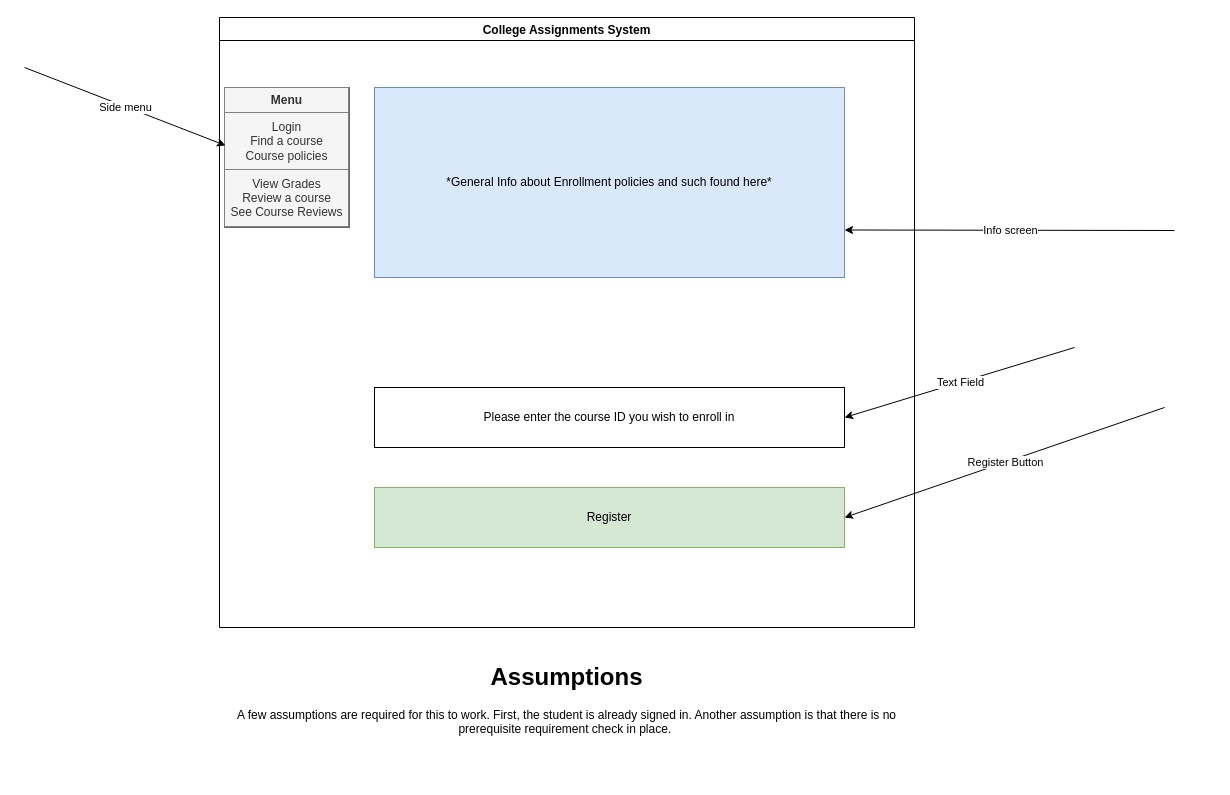
Earlier version of the draw.io diagram page "Wireframe" (6 of 6) of Unit2Question2.drawio (logankilpatrick/OxfordUnit2). Source tidied: cells renumbered, new cells numbered last; positions are measured from the earlier drawing's top-left corner, leaving out a move shared by most shapes. Both pictures are drawn from the tidied source at 100%, with x=0, y=0 at pixel (24, 17).
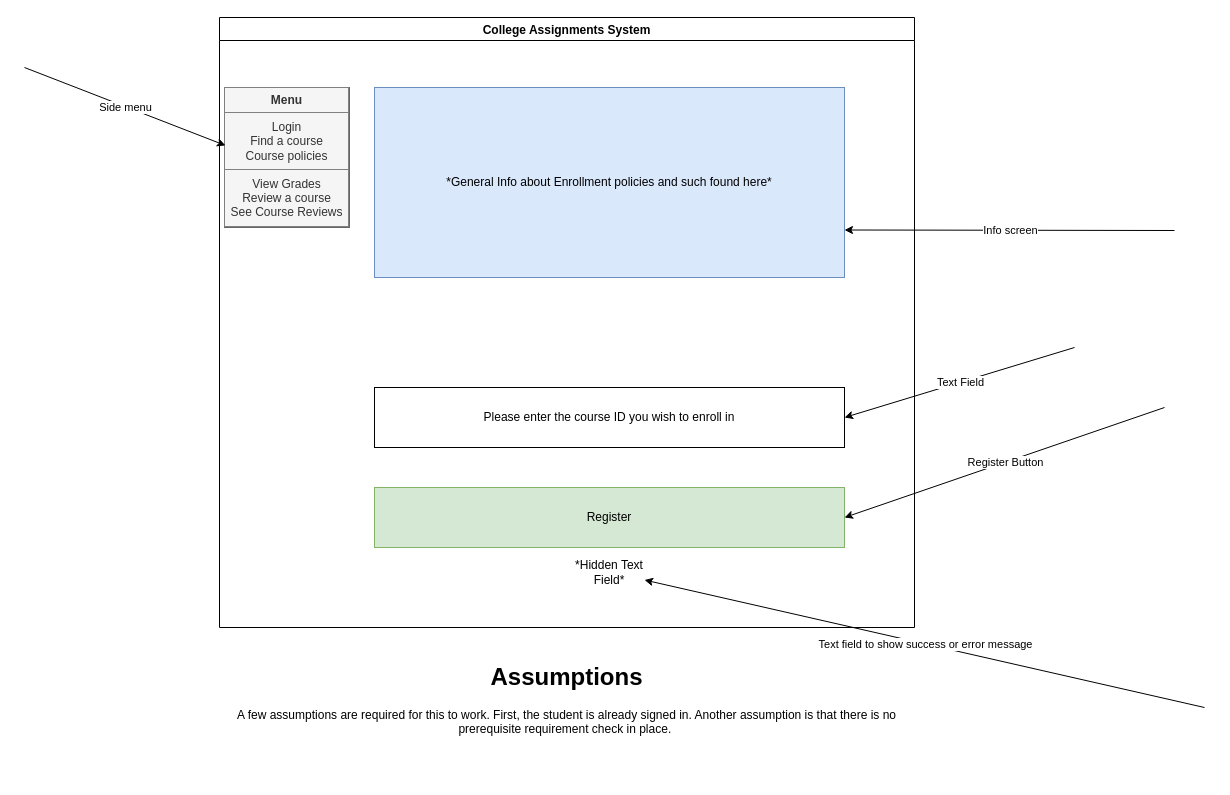
After the change.

The change refers to these unchanged cells:
```xml
<mxCell id="2" value="College Assignments System" style="swimlane;fontSize=12;align=center;" parent="1" vertex="1">
  <mxGeometry x="195" width="695" height="610" as="geometry" />
</mxCell>
```

What changed in the source:
```diff
@@
+    <mxCell id="16" value="*Hidden Text Field*" style="text;html=1;strokeColor=none;fillColor=none;align=center;verticalAlign=middle;whiteSpace=wrap;rounded=0;fontSize=12;" parent="2" vertex="1">
+      <mxGeometry x="355" y="540" width="70" height="30" as="geometry" />
+    </mxCell>
@@
+    <mxCell id="17" style="endArrow=classic;html=1;strokeWidth=1;fontSize=12;entryX=1;entryY=0.75;entryDx=0;entryDy=0;" parent="1" edge="1" target="16">
+      <mxGeometry relative="1" as="geometry">
+        <mxPoint x="1180" y="690" as="sourcePoint" />
+      </mxGeometry>
+    </mxCell>
+    <mxCell id="18" value="Text field to show success or error message" style="edgeLabel;html=1;align=center;verticalAlign=middle;" parent="17" vertex="1">
+      <mxGeometry relative="1" as="geometry" />
+    </mxCell>
```
